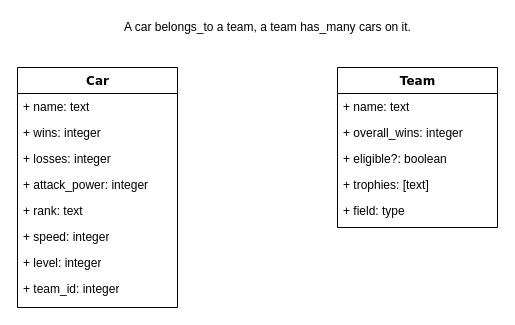
Above: Untitled Diagram.drawio in ComputerScienceWarrior/Cars (draw.io), before the change. Source tidied: cells renumbered, new cells numbered last; positions are measured from the earlier drawing's top-left corner, leaving out a move shared by most shapes. Both pictures are drawn from the tidied source at 100%, with x=0, y=0 at pixel (17, 17).
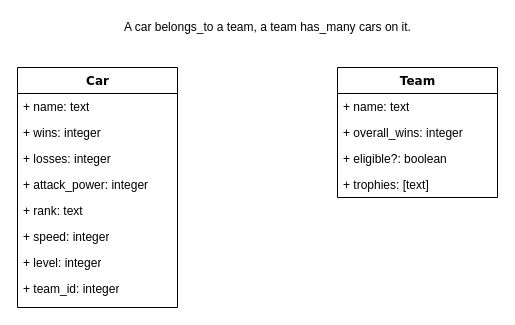
The same page after the edit.

Diff of the diagram source:
```diff
@@
 <mxGraphModel>
   <root>
     <mxCell id="0" />
     <mxCell id="1" parent="0" />
     <mxCell id="2" value="Car" style="swimlane;html=1;fontStyle=1;align=center;verticalAlign=top;horizontal=1;startSize=26;swimlaneFillColor=#ffffff;rounded=0;shadow=0;comic=0;labelBackgroundColor=none;strokeWidth=1;fillColor=none;fontFamily=Verdana;fontSize=12;" parent="1" vertex="1">
       <mxGeometry y="50" width="160" height="240" as="geometry" />
     </mxCell>
     <mxCell id="3" value="+ name: text" style="text;html=1;strokeColor=none;fillColor=none;align=left;verticalAlign=top;spacingLeft=4;spacingRight=4;whiteSpace=wrap;overflow=hidden;" parent="2" vertex="1">
       <mxGeometry y="26" width="160" height="26" as="geometry" />
     </mxCell>
     <mxCell id="4" value="+ wins: integer" style="text;html=1;strokeColor=none;fillColor=none;align=left;verticalAlign=top;spacingLeft=4;spacingRight=4;whiteSpace=wrap;overflow=hidden;" parent="2" vertex="1">
       <mxGeometry y="52" width="160" height="26" as="geometry" />
     </mxCell>
     <mxCell id="5" value="+ losses: integer" style="text;html=1;strokeColor=none;fillColor=none;align=left;verticalAlign=top;spacingLeft=4;spacingRight=4;whiteSpace=wrap;overflow=hidden;" parent="2" vertex="1">
       <mxGeometry y="78" width="160" height="26" as="geometry" />
     </mxCell>
     <mxCell id="6" value="+ attack_power: integer" style="text;html=1;strokeColor=none;fillColor=none;align=left;verticalAlign=top;spacingLeft=4;spacingRight=4;whiteSpace=wrap;overflow=hidden;" parent="2" vertex="1">
       <mxGeometry y="104" width="160" height="26" as="geometry" />
     </mxCell>
     <mxCell id="7" value="+ rank: text" style="text;html=1;strokeColor=none;fillColor=none;align=left;verticalAlign=top;spacingLeft=4;spacingRight=4;whiteSpace=wrap;overflow=hidden;" parent="2" vertex="1">
       <mxGeometry y="130" width="160" height="26" as="geometry" />
     </mxCell>
     <mxCell id="8" value="+ speed: integer" style="text;html=1;strokeColor=none;fillColor=none;align=left;verticalAlign=top;spacingLeft=4;spacingRight=4;whiteSpace=wrap;overflow=hidden;" parent="2" vertex="1">
       <mxGeometry y="156" width="160" height="26" as="geometry" />
     </mxCell>
     <mxCell id="9" value="+ level: integer" style="text;html=1;strokeColor=none;fillColor=none;align=left;verticalAlign=top;spacingLeft=4;spacingRight=4;whiteSpace=wrap;overflow=hidden;" parent="2" vertex="1">
       <mxGeometry y="182" width="160" height="26" as="geometry" />
     </mxCell>
     <mxCell id="10" value="+ team_id: integer" style="text;html=1;strokeColor=none;fillColor=none;align=left;verticalAlign=top;spacingLeft=4;spacingRight=4;whiteSpace=wrap;overflow=hidden;" parent="2" vertex="1">
       <mxGeometry y="208" width="160" height="26" as="geometry" />
     </mxCell>
     <mxCell id="11" value="Team" style="swimlane;html=1;fontStyle=1;align=center;verticalAlign=top;horizontal=1;startSize=26;swimlaneFillColor=#ffffff;rounded=0;shadow=0;comic=0;labelBackgroundColor=none;strokeWidth=1;fillColor=none;fontFamily=Verdana;fontSize=12;" parent="1" vertex="1">
-      <mxGeometry x="320" y="50" width="160" height="160" as="geometry" />
+      <mxGeometry x="320" y="50" width="160" height="130" as="geometry" />
     </mxCell>
     <mxCell id="12" value="+ name: text" style="text;html=1;strokeColor=none;fillColor=none;align=left;verticalAlign=top;spacingLeft=4;spacingRight=4;whiteSpace=wrap;overflow=hidden;" parent="11" vertex="1">
       <mxGeometry y="26" width="160" height="26" as="geometry" />
     </mxCell>
     <mxCell id="13" value="+ overall_wins: integer" style="text;html=1;strokeColor=none;fillColor=none;align=left;verticalAlign=top;spacingLeft=4;spacingRight=4;whiteSpace=wrap;overflow=hidden;" parent="11" vertex="1">
       <mxGeometry y="52" width="160" height="26" as="geometry" />
     </mxCell>
     <mxCell id="14" value="+ eligible?: boolean" style="text;html=1;strokeColor=none;fillColor=none;align=left;verticalAlign=top;spacingLeft=4;spacingRight=4;whiteSpace=wrap;overflow=hidden;" parent="11" vertex="1">
       <mxGeometry y="78" width="160" height="26" as="geometry" />
     </mxCell>
     <mxCell id="15" value="+ trophies: [text]" style="text;html=1;strokeColor=none;fillColor=none;align=left;verticalAlign=top;spacingLeft=4;spacingRight=4;whiteSpace=wrap;overflow=hidden;" parent="11" vertex="1">
       <mxGeometry y="104" width="160" height="26" as="geometry" />
     </mxCell>
-    <mxCell id="16" value="+ field: type" style="text;html=1;strokeColor=none;fillColor=none;align=left;verticalAlign=top;spacingLeft=4;spacingRight=4;whiteSpace=wrap;overflow=hidden;" parent="11" vertex="1">
-      <mxGeometry y="130" width="160" height="26" as="geometry" />
-    </mxCell>
     <mxCell id="17" value="A car belongs_to a team, a team has_many cars on it." style="text;html=1;align=center;verticalAlign=middle;strokeColor=none;" parent="1" vertex="1">
       <mxGeometry x="100" width="300" height="20" as="geometry" />
     </mxCell>
   </root>
 </mxGraphModel>
```
